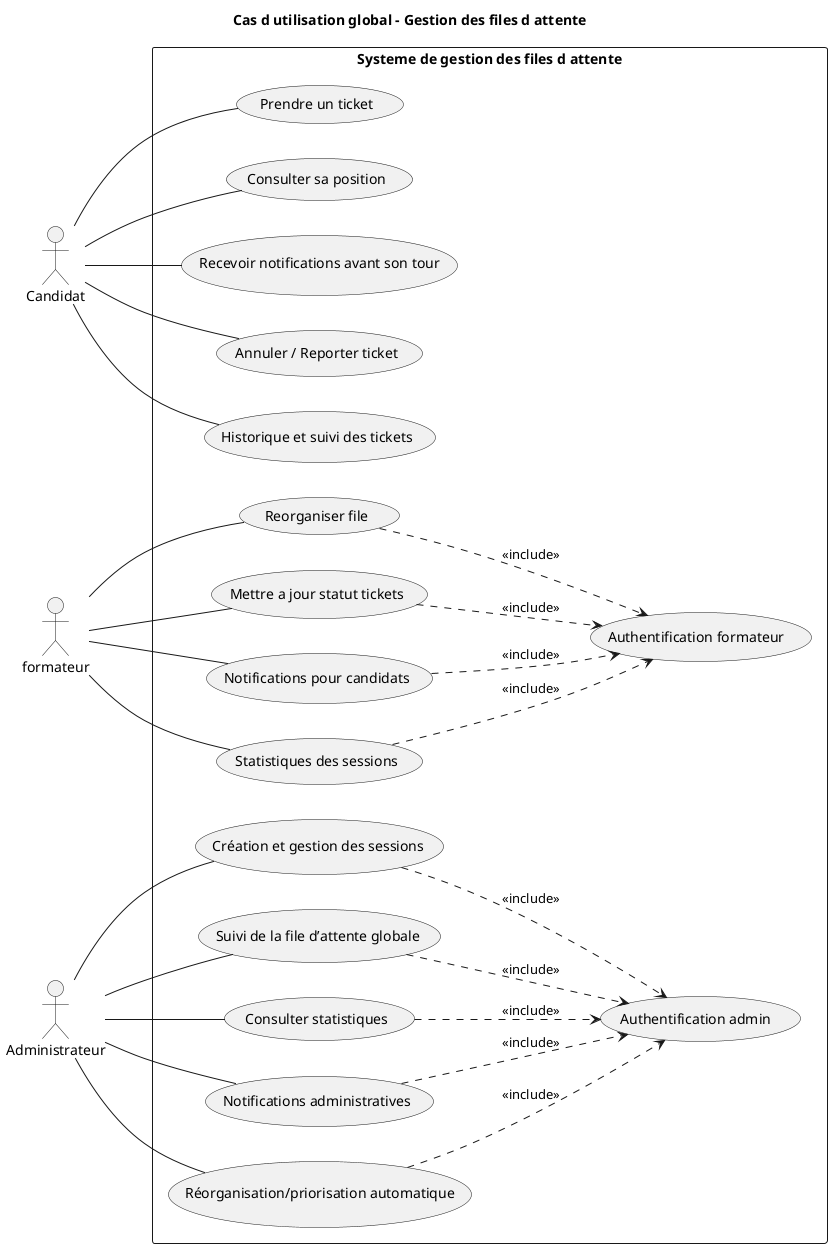
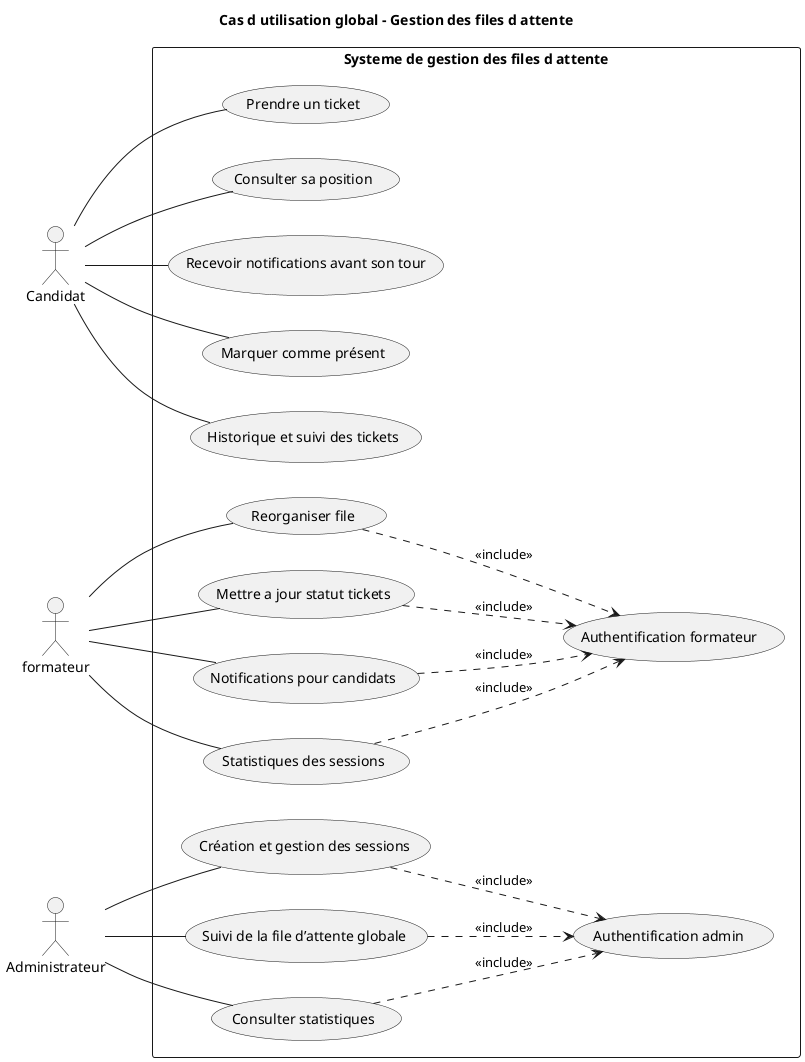
@startuml
left to right direction

title Cas d utilisation global - Gestion des files d attente

' Acteurs alignés verticalement
actor Candidat
actor "formateur" as Formateur
actor Administrateur as Admin

rectangle "Systeme de gestion des files d attente" {

  ' --- Cas Candidat ---
  usecase "Prendre un ticket" as UC1
  usecase "Consulter sa position" as UC2
  usecase "Recevoir notifications avant son tour" as UC3
-   usecase "Annuler / Reporter ticket" as UC4
+   usecase "Marquer comme présent" as UC4
  usecase "Historique et suivi des tickets" as UC16

  ' --- Cas Equipe ---
  usecase "Authentification formateur " as UC17
  usecase "Reorganiser file" as UC6
  usecase "Mettre a jour statut tickets" as UC7
  usecase "Notifications pour candidats" as UC8
  usecase "Statistiques des sessions" as UC9

  ' --- Cas Admin ---
  usecase "Authentification admin " as UC10
  usecase "Création et gestion des sessions" as UC11
  usecase "Suivi de la file d’attente globale" as UC12
  usecase "Consulter statistiques" as UC13
-   usecase "Notifications administratives" as UC14
-   usecase "Réorganisation/priorisation automatique" as UC15
}

' Relations Candidat
Candidat -- UC1
Candidat -- UC2
Candidat -- UC3
Candidat -- UC4
Candidat -- UC16

' Relations Formateur

Formateur -- UC6
Formateur -- UC7
Formateur -- UC8
Formateur -- UC9

UC6 ..> UC17 : <<include>>
UC7 ..> UC17 : <<include>>
UC8 ..> UC17 : <<include>>
UC9 ..> UC17 : <<include>>

' Relations Admin
Admin -- UC11
Admin -- UC12
Admin -- UC13
- Admin -- UC14
- Admin -- UC15

UC11 ..> UC10 : <<include>>
UC12 ..> UC10 : <<include>>
UC13 ..> UC10 : <<include>>
- UC14 ..> UC10 : <<include>>
- UC15 ..> UC10 : <<include>>
+ 

@enduml